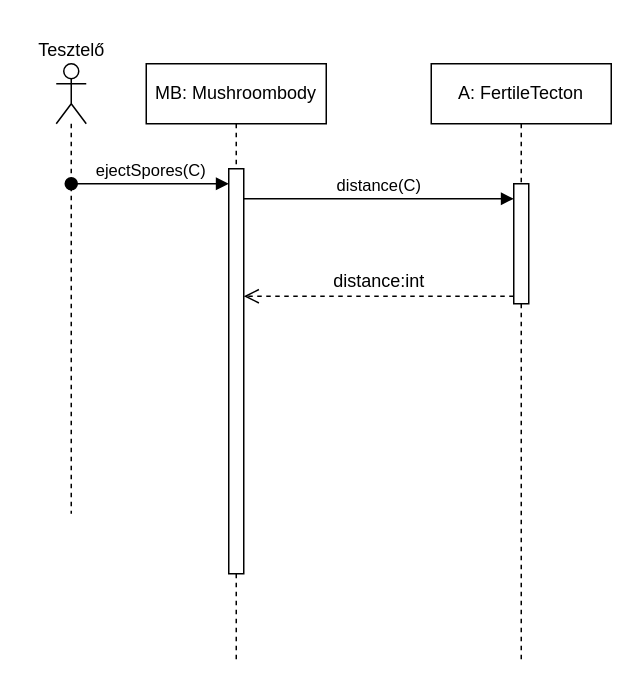
Above: page "34." (3 of 4) of 6_szkeleton_beadasa/Pdf-es_formaban_leadando_anyagok/Fuggelekek_anyagai/Use_case_ek_32-35/32-35_SeqDiags.drawio in koharzsombor/bandITs (draw.io), before the change. Source tidied: cells renumbered, new cells numbered last; positions are measured from the earlier drawing's top-left corner, leaving out a move shared by most shapes. Both pictures are drawn from the tidied source at 150%, with x=0, y=0 at pixel (26, 27).
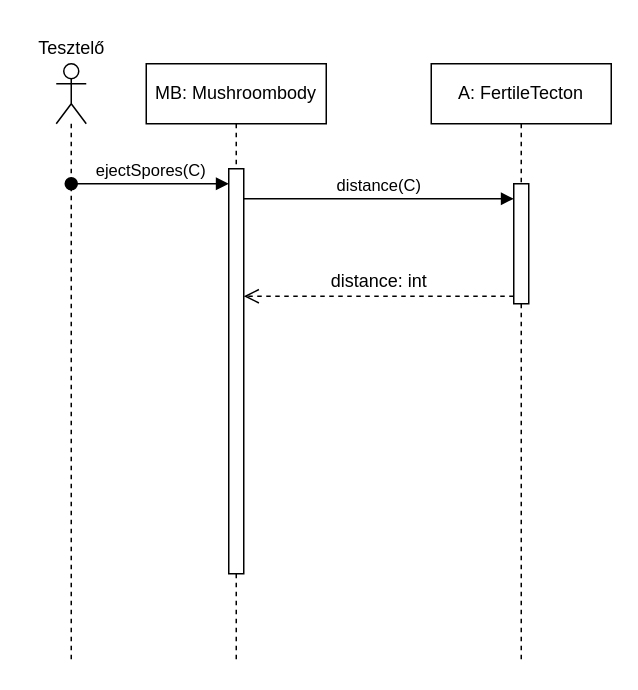
After the change.

Change to the diagram source:
```diff
@@
 <mxGraphModel>
   <root>
     <mxCell id="0" />
     <mxCell id="1" parent="0" />
     <mxCell id="2" value="MB: Mushroombody" style="shape=umlLifeline;perimeter=lifelinePerimeter;whiteSpace=wrap;html=1;newEdgeStyle={&quot;curved&quot;:0,&quot;rounded&quot;:0};" parent="1" vertex="1">
       <mxGeometry x="80" y="24" width="120" height="400" as="geometry" />
     </mxCell>
     <mxCell id="3" style="html=1;points=[[0,0,0,0,5],[0,1,0,0,-5],[1,0,0,0,5],[1,1,0,0,-5]];perimeter=orthogonalPerimeter;outlineConnect=0;targetShapes=umlLifeline;portConstraint=eastwest;newEdgeStyle={&quot;curved&quot;:0,&quot;rounded&quot;:0};" parent="2" vertex="1">
       <mxGeometry x="55" y="70" width="10" height="270" as="geometry" />
     </mxCell>
     <mxCell id="4" value="A: FertileTecton" style="shape=umlLifeline;perimeter=lifelinePerimeter;whiteSpace=wrap;html=1;newEdgeStyle={&quot;curved&quot;:0,&quot;rounded&quot;:0};" parent="1" vertex="1">
       <mxGeometry x="270" y="24" width="120" height="400" as="geometry" />
     </mxCell>
     <mxCell id="5" style="html=1;points=[[0,0,0,0,5],[0,1,0,0,-5],[1,0,0,0,5],[1,1,0,0,-5]];perimeter=orthogonalPerimeter;outlineConnect=0;targetShapes=umlLifeline;portConstraint=eastwest;newEdgeStyle={&quot;curved&quot;:0,&quot;rounded&quot;:0};" parent="4" vertex="1">
       <mxGeometry x="55" y="80" width="10" height="80" as="geometry" />
     </mxCell>
     <mxCell id="6" value="distance(C)" style="html=1;verticalAlign=bottom;endArrow=block;curved=0;rounded=0;entryX=0;entryY=0;entryDx=0;entryDy=5;" parent="1" edge="1">
       <mxGeometry relative="1" as="geometry">
         <mxPoint x="145" y="114" as="sourcePoint" />
         <mxPoint x="325" y="114" as="targetPoint" />
       </mxGeometry>
     </mxCell>
     <mxCell id="7" style="html=1;verticalAlign=bottom;endArrow=open;dashed=1;endSize=8;curved=0;rounded=0;exitX=0;exitY=1;exitDx=0;exitDy=-5;" parent="1" edge="1" source="5" target="3">
       <mxGeometry relative="1" as="geometry" />
     </mxCell>
     <mxCell id="8" value="ejectSpores(C)" style="html=1;verticalAlign=bottom;startArrow=oval;startFill=1;endArrow=block;startSize=8;curved=0;rounded=0;" parent="1" edge="1">
       <mxGeometry relative="1" as="geometry">
         <mxPoint x="30" y="104" as="sourcePoint" />
         <mxPoint x="135" y="104" as="targetPoint" />
       </mxGeometry>
     </mxCell>
-    <mxCell id="9" value="distance:int" style="text;html=1;align=center;verticalAlign=middle;strokeColor=none;fillColor=none;" parent="1" vertex="1">
-      <mxGeometry x="195" y="154" width="80" height="30" as="geometry" />
+    <mxCell id="9" value="distance: int" style="text;html=1;align=center;verticalAlign=middle;strokeColor=none;fillColor=none;" parent="1" vertex="1">
+      <mxGeometry x="190" y="154" width="90" height="30" as="geometry" />
     </mxCell>
     <mxCell id="10" style="shape=umlLifeline;perimeter=lifelinePerimeter;whiteSpace=wrap;html=1;newEdgeStyle={&quot;curved&quot;:0,&quot;rounded&quot;:0};participant=umlActor;" parent="1" vertex="1">
-      <mxGeometry x="20" y="24" width="20" height="300" as="geometry" />
+      <mxGeometry x="20" y="24" width="20" height="400" as="geometry" />
     </mxCell>
     <mxCell id="11" value="Tesztelő" style="text;html=1;align=center;verticalAlign=middle;strokeColor=none;fillColor=none;" parent="1" vertex="1">
-      <mxGeometry width="60" height="30" as="geometry" />
+      <mxGeometry y="-1" width="60" height="30" as="geometry" />
     </mxCell>
   </root>
 </mxGraphModel>
```
